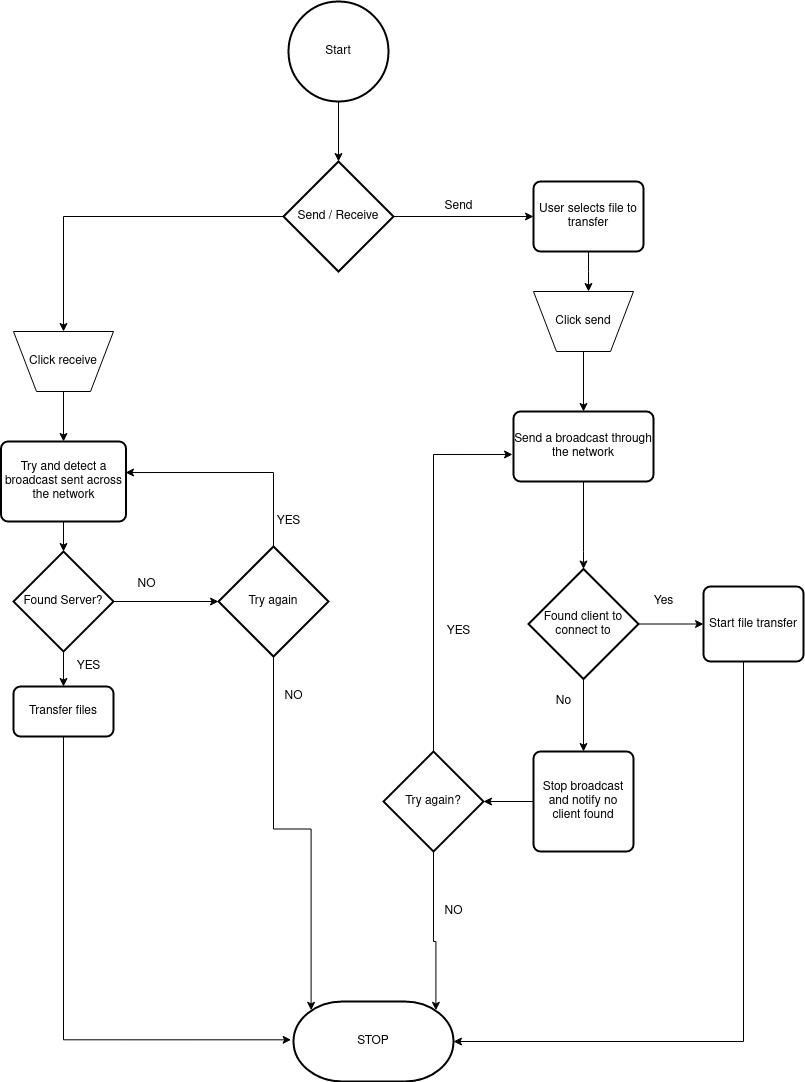
Before: PyShare.drawio.png, a diagram exported from draw.io (musaubrian/drawio). Source tidied: cells renumbered, new cells last; positions are measured from the earlier drawing's top-left corner, leaving out a move shared by most shapes. The source it was exported from:
```xml
<mxGraphModel>
  <root>
    <mxCell id="0" />
    <mxCell id="1" parent="0" />
    <mxCell id="2" style="edgeStyle=orthogonalEdgeStyle;rounded=0;jettySize=auto;html=1;" parent="1" edge="1" source="3" target="6">
      <mxGeometry relative="1" as="geometry" />
    </mxCell>
    <mxCell id="3" value="Start" style="strokeWidth=2;html=1;shape=mxgraph.flowchart.start_2;whiteSpace=wrap;" parent="1" vertex="1">
      <mxGeometry x="287" width="100" height="100" as="geometry" />
    </mxCell>
    <mxCell id="4" style="edgeStyle=orthogonalEdgeStyle;rounded=0;jettySize=auto;html=1;" parent="1" edge="1" source="6" target="8">
      <mxGeometry relative="1" as="geometry" />
    </mxCell>
    <mxCell id="5" style="edgeStyle=orthogonalEdgeStyle;rounded=0;jettySize=auto;html=1;" parent="1" edge="1" source="6" target="25">
      <mxGeometry relative="1" as="geometry" />
    </mxCell>
    <mxCell id="6" value="Send / Receive" style="strokeWidth=2;html=1;shape=mxgraph.flowchart.decision;whiteSpace=wrap;" parent="1" vertex="1">
      <mxGeometry x="282" y="160" width="110" height="110" as="geometry" />
    </mxCell>
    <mxCell id="7" style="edgeStyle=orthogonalEdgeStyle;rounded=0;jettySize=auto;html=1;" parent="1" edge="1" source="8" target="13">
      <mxGeometry relative="1" as="geometry">
        <Array as="points">
          <mxPoint x="587" y="270" />
          <mxPoint x="587" y="270" />
        </Array>
      </mxGeometry>
    </mxCell>
    <mxCell id="8" value="User selects file to transfer" style="rounded=1;whiteSpace=wrap;html=1;absoluteArcSize=1;arcSize=14;strokeWidth=2;" parent="1" vertex="1">
      <mxGeometry x="532" y="180" width="110" height="70" as="geometry" />
    </mxCell>
    <mxCell id="9" value="Send" style="text;html=1;align=center;verticalAlign=middle;strokeColor=none;fillColor=none;" parent="1" vertex="1">
      <mxGeometry x="432" y="190" width="50" height="30" as="geometry" />
    </mxCell>
    <mxCell id="10" style="edgeStyle=orthogonalEdgeStyle;rounded=0;jettySize=auto;html=1;" parent="1" edge="1" source="11" target="16">
      <mxGeometry relative="1" as="geometry">
        <Array as="points">
          <mxPoint x="582" y="550" />
          <mxPoint x="582" y="550" />
        </Array>
      </mxGeometry>
    </mxCell>
    <mxCell id="11" value="Send a broadcast through the network" style="rounded=1;whiteSpace=wrap;html=1;absoluteArcSize=1;arcSize=14;strokeWidth=2;" parent="1" vertex="1">
      <mxGeometry x="512" y="410" width="140" height="70" as="geometry" />
    </mxCell>
    <mxCell id="12" style="edgeStyle=orthogonalEdgeStyle;rounded=0;jettySize=auto;html=1;" parent="1" edge="1" source="13" target="11">
      <mxGeometry relative="1" as="geometry" />
    </mxCell>
    <mxCell id="13" value="Click send" style="verticalLabelPosition=middle;verticalAlign=middle;html=1;shape=trapezoid;perimeter=trapezoidPerimeter;whiteSpace=wrap;size=0.23;arcSize=10;flipV=1;labelPosition=center;align=center;" parent="1" vertex="1">
      <mxGeometry x="532" y="290" width="100" height="60" as="geometry" />
    </mxCell>
    <mxCell id="14" style="edgeStyle=orthogonalEdgeStyle;rounded=0;jettySize=auto;html=1;" parent="1" edge="1" source="16" target="20">
      <mxGeometry relative="1" as="geometry" />
    </mxCell>
    <mxCell id="15" style="edgeStyle=orthogonalEdgeStyle;rounded=0;jettySize=auto;html=1;" parent="1" edge="1" source="16" target="18">
      <mxGeometry relative="1" as="geometry" />
    </mxCell>
    <mxCell id="16" value="Found client to connect to " style="strokeWidth=2;html=1;shape=mxgraph.flowchart.decision;whiteSpace=wrap;" parent="1" vertex="1">
      <mxGeometry x="527" y="567.5" width="110" height="110" as="geometry" />
    </mxCell>
    <mxCell id="17" style="edgeStyle=orthogonalEdgeStyle;rounded=0;jettySize=auto;html=1;entryX=1;entryY=0.5;entryDx=0;entryDy=0;entryPerimeter=0;" parent="1" edge="1" source="18" target="33">
      <mxGeometry relative="1" as="geometry">
        <Array as="points">
          <mxPoint x="742" y="1040" />
        </Array>
      </mxGeometry>
    </mxCell>
    <mxCell id="18" value="Start file transfer" style="rounded=1;whiteSpace=wrap;html=1;absoluteArcSize=1;arcSize=14;strokeWidth=2;" parent="1" vertex="1">
      <mxGeometry x="702" y="585" width="100" height="75" as="geometry" />
    </mxCell>
    <mxCell id="19" style="edgeStyle=orthogonalEdgeStyle;rounded=0;jettySize=auto;html=1;" parent="1" edge="1" source="20" target="23">
      <mxGeometry relative="1" as="geometry" />
    </mxCell>
    <mxCell id="20" value="Stop broadcast and notify no client found" style="rounded=1;whiteSpace=wrap;html=1;absoluteArcSize=1;arcSize=14;strokeWidth=2;" parent="1" vertex="1">
      <mxGeometry x="532" y="750" width="100" height="100" as="geometry" />
    </mxCell>
    <mxCell id="21" style="edgeStyle=orthogonalEdgeStyle;rounded=0;jettySize=auto;html=1;entryX=-0.007;entryY=0.614;entryDx=0;entryDy=0;entryPerimeter=0;" parent="1" edge="1" source="23" target="11">
      <mxGeometry relative="1" as="geometry">
        <Array as="points">
          <mxPoint x="432" y="453" />
        </Array>
      </mxGeometry>
    </mxCell>
    <mxCell id="22" style="edgeStyle=orthogonalEdgeStyle;rounded=0;jettySize=auto;html=1;entryX=0.89;entryY=0.11;entryDx=0;entryDy=0;entryPerimeter=0;" parent="1" edge="1" source="23" target="33">
      <mxGeometry relative="1" as="geometry">
        <Array as="points">
          <mxPoint x="432" y="940" />
          <mxPoint x="434" y="940" />
        </Array>
      </mxGeometry>
    </mxCell>
    <mxCell id="23" value="Try again?" style="strokeWidth=2;html=1;shape=mxgraph.flowchart.decision;whiteSpace=wrap;" parent="1" vertex="1">
      <mxGeometry x="382" y="750" width="100" height="100" as="geometry" />
    </mxCell>
    <mxCell id="24" style="edgeStyle=orthogonalEdgeStyle;rounded=0;jettySize=auto;html=1;" parent="1" edge="1" source="25" target="27">
      <mxGeometry relative="1" as="geometry" />
    </mxCell>
    <mxCell id="25" value="Click receive" style="verticalLabelPosition=middle;verticalAlign=middle;html=1;shape=trapezoid;perimeter=trapezoidPerimeter;whiteSpace=wrap;size=0.23;arcSize=10;flipV=1;labelPosition=center;align=center;" parent="1" vertex="1">
      <mxGeometry x="12" y="330" width="100" height="60" as="geometry" />
    </mxCell>
    <mxCell id="26" style="edgeStyle=orthogonalEdgeStyle;rounded=0;jettySize=auto;html=1;" parent="1" edge="1" source="27" target="30">
      <mxGeometry relative="1" as="geometry" />
    </mxCell>
    <mxCell id="27" value="Try and detect a broadcast sent across the network" style="rounded=1;whiteSpace=wrap;html=1;absoluteArcSize=1;arcSize=14;strokeWidth=2;" parent="1" vertex="1">
      <mxGeometry x="-0.5" y="440" width="125" height="80" as="geometry" />
    </mxCell>
    <mxCell id="28" style="edgeStyle=orthogonalEdgeStyle;rounded=0;jettySize=auto;html=1;" parent="1" edge="1" source="30" target="32">
      <mxGeometry relative="1" as="geometry" />
    </mxCell>
    <mxCell id="29" style="edgeStyle=orthogonalEdgeStyle;rounded=0;jettySize=auto;html=1;entryX=0;entryY=0.5;entryDx=0;entryDy=0;entryPerimeter=0;" parent="1" edge="1" source="30" target="42">
      <mxGeometry relative="1" as="geometry" />
    </mxCell>
    <mxCell id="30" value="Found Server?" style="strokeWidth=2;html=1;shape=mxgraph.flowchart.decision;whiteSpace=wrap;" parent="1" vertex="1">
      <mxGeometry x="12" y="550" width="100" height="100" as="geometry" />
    </mxCell>
    <mxCell id="31" style="edgeStyle=orthogonalEdgeStyle;rounded=0;jettySize=auto;html=1;entryX=-0.015;entryY=0.479;entryDx=0;entryDy=0;entryPerimeter=0;" parent="1" edge="1" source="32" target="33">
      <mxGeometry relative="1" as="geometry">
        <Array as="points">
          <mxPoint x="62" y="1038" />
        </Array>
      </mxGeometry>
    </mxCell>
    <mxCell id="32" value="Transfer files" style="rounded=1;whiteSpace=wrap;html=1;absoluteArcSize=1;arcSize=14;strokeWidth=2;" parent="1" vertex="1">
      <mxGeometry x="12" y="685" width="100" height="50" as="geometry" />
    </mxCell>
    <mxCell id="33" value="STOP" style="strokeWidth=2;html=1;shape=mxgraph.flowchart.terminator;whiteSpace=wrap;" parent="1" vertex="1">
      <mxGeometry x="292" y="1000" width="160" height="80" as="geometry" />
    </mxCell>
    <mxCell id="34" value="Yes" style="text;html=1;align=center;verticalAlign=middle;strokeColor=none;fillColor=none;" parent="1" vertex="1">
      <mxGeometry x="642" y="585" width="40" height="30" as="geometry" />
    </mxCell>
    <mxCell id="35" value="No" style="text;html=1;align=center;verticalAlign=middle;strokeColor=none;fillColor=none;" parent="1" vertex="1">
      <mxGeometry x="542" y="685" width="40" height="30" as="geometry" />
    </mxCell>
    <mxCell id="36" value="NO" style="text;html=1;align=center;verticalAlign=middle;strokeColor=none;fillColor=none;" parent="1" vertex="1">
      <mxGeometry x="432" y="895" width="40" height="30" as="geometry" />
    </mxCell>
    <mxCell id="37" value="YES" style="text;html=1;align=center;verticalAlign=middle;strokeColor=none;fillColor=none;" parent="1" vertex="1">
      <mxGeometry x="432" y="615" width="50" height="30" as="geometry" />
    </mxCell>
    <mxCell id="38" value="YES" style="text;html=1;align=center;verticalAlign=middle;strokeColor=none;fillColor=none;" parent="1" vertex="1">
      <mxGeometry x="62" y="650" width="50" height="30" as="geometry" />
    </mxCell>
    <mxCell id="39" value="NO" style="text;html=1;align=center;verticalAlign=middle;strokeColor=none;fillColor=none;" parent="1" vertex="1">
      <mxGeometry x="124.5" y="567.5" width="40" height="30" as="geometry" />
    </mxCell>
    <mxCell id="40" style="edgeStyle=orthogonalEdgeStyle;rounded=0;jettySize=auto;html=1;entryX=0.996;entryY=0.388;entryDx=0;entryDy=0;entryPerimeter=0;" parent="1" edge="1" source="42" target="27">
      <mxGeometry relative="1" as="geometry">
        <Array as="points">
          <mxPoint x="272" y="471" />
        </Array>
      </mxGeometry>
    </mxCell>
    <mxCell id="41" style="edgeStyle=orthogonalEdgeStyle;rounded=0;jettySize=auto;html=1;entryX=0.11;entryY=0.11;entryDx=0;entryDy=0;entryPerimeter=0;" parent="1" edge="1" source="42" target="33">
      <mxGeometry relative="1" as="geometry" />
    </mxCell>
    <mxCell id="42" value="Try again" style="strokeWidth=2;html=1;shape=mxgraph.flowchart.decision;whiteSpace=wrap;" parent="1" vertex="1">
      <mxGeometry x="217" y="545" width="110" height="110" as="geometry" />
    </mxCell>
    <mxCell id="43" value="YES" style="text;html=1;align=center;verticalAlign=middle;strokeColor=none;fillColor=none;" parent="1" vertex="1">
      <mxGeometry x="262" y="505" width="50" height="30" as="geometry" />
    </mxCell>
    <mxCell id="44" value="NO" style="text;html=1;align=center;verticalAlign=middle;strokeColor=none;fillColor=none;" parent="1" vertex="1">
      <mxGeometry x="272" y="680" width="40" height="30" as="geometry" />
    </mxCell>
  </root>
</mxGraphModel>
```
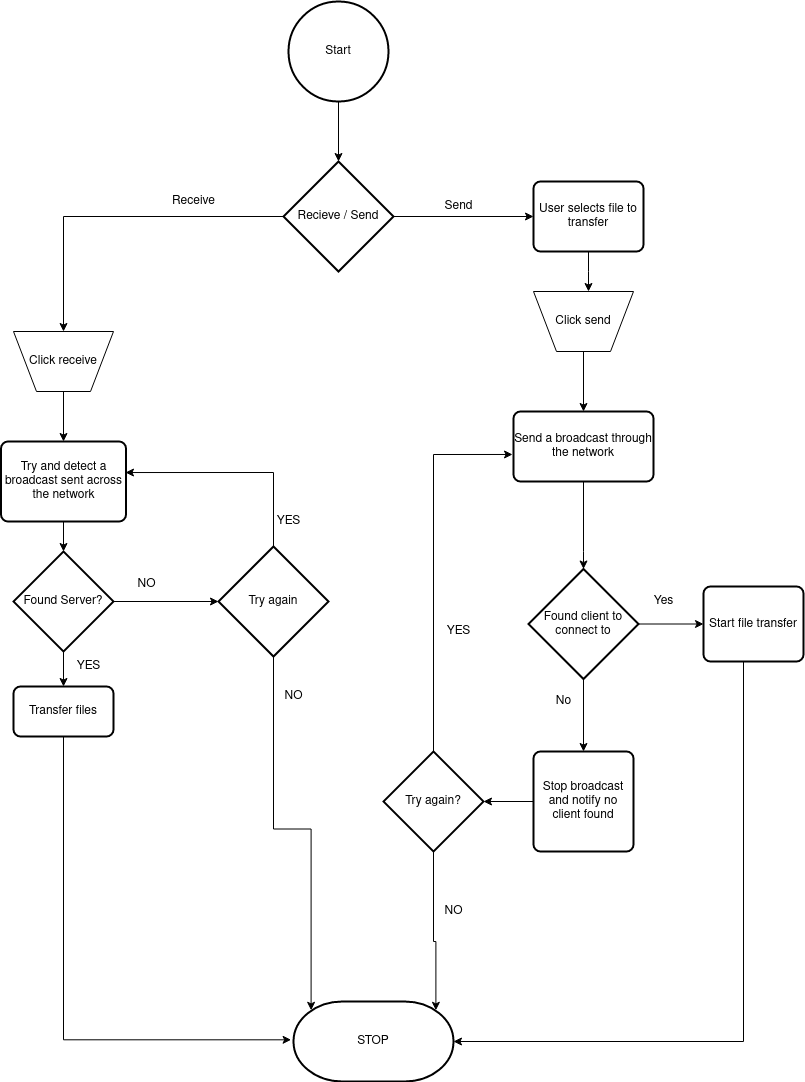
The same diagram one commit later.

Diff of the diagram source:
```diff
@@ -14,7 +14,7 @@
     <mxCell id="5" style="edgeStyle=orthogonalEdgeStyle;rounded=0;jettySize=auto;html=1;" parent="1" edge="1" source="6" target="25">
       <mxGeometry relative="1" as="geometry" />
     </mxCell>
-    <mxCell id="6" value="Send / Receive" style="strokeWidth=2;html=1;shape=mxgraph.flowchart.decision;whiteSpace=wrap;" parent="1" vertex="1">
+    <mxCell id="6" value="Recieve / Send" style="strokeWidth=2;html=1;shape=mxgraph.flowchart.decision;whiteSpace=wrap;" parent="1" vertex="1">
       <mxGeometry x="282" y="160" width="110" height="110" as="geometry" />
     </mxCell>
     <mxCell id="7" style="edgeStyle=orthogonalEdgeStyle;rounded=0;jettySize=auto;html=1;" parent="1" edge="1" source="8" target="13">
@@ -162,5 +162,8 @@
     <mxCell id="44" value="NO" style="text;html=1;align=center;verticalAlign=middle;strokeColor=none;fillColor=none;" parent="1" vertex="1">
       <mxGeometry x="272" y="680" width="40" height="30" as="geometry" />
     </mxCell>
+    <mxCell id="45" value="Receive" style="text;html=1;align=center;verticalAlign=middle;strokeColor=none;fillColor=none;" parent="1" vertex="1">
+      <mxGeometry x="157" y="185" width="70" height="30" as="geometry" />
+    </mxCell>
   </root>
 </mxGraphModel>
```
